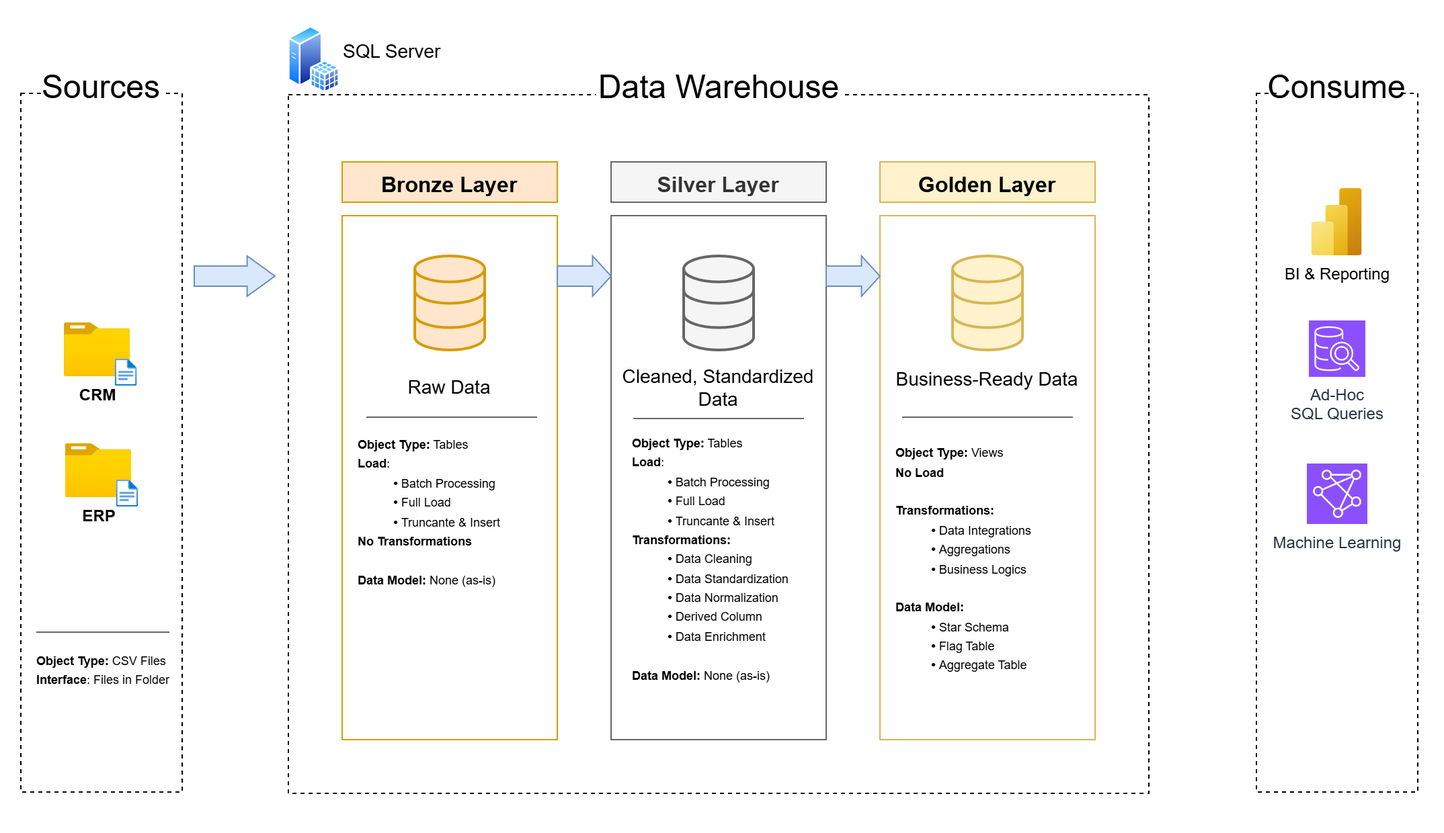
Rodrigo3441/sql-data-warehouse-project keeps this draw.io diagram as docs/data_architecture/data_architecture.png. Above is the earlier version. Source tidied: cells renumbered, new cells last; positions are measured from the earlier drawing's top-left corner, leaving out a move shared by most shapes.
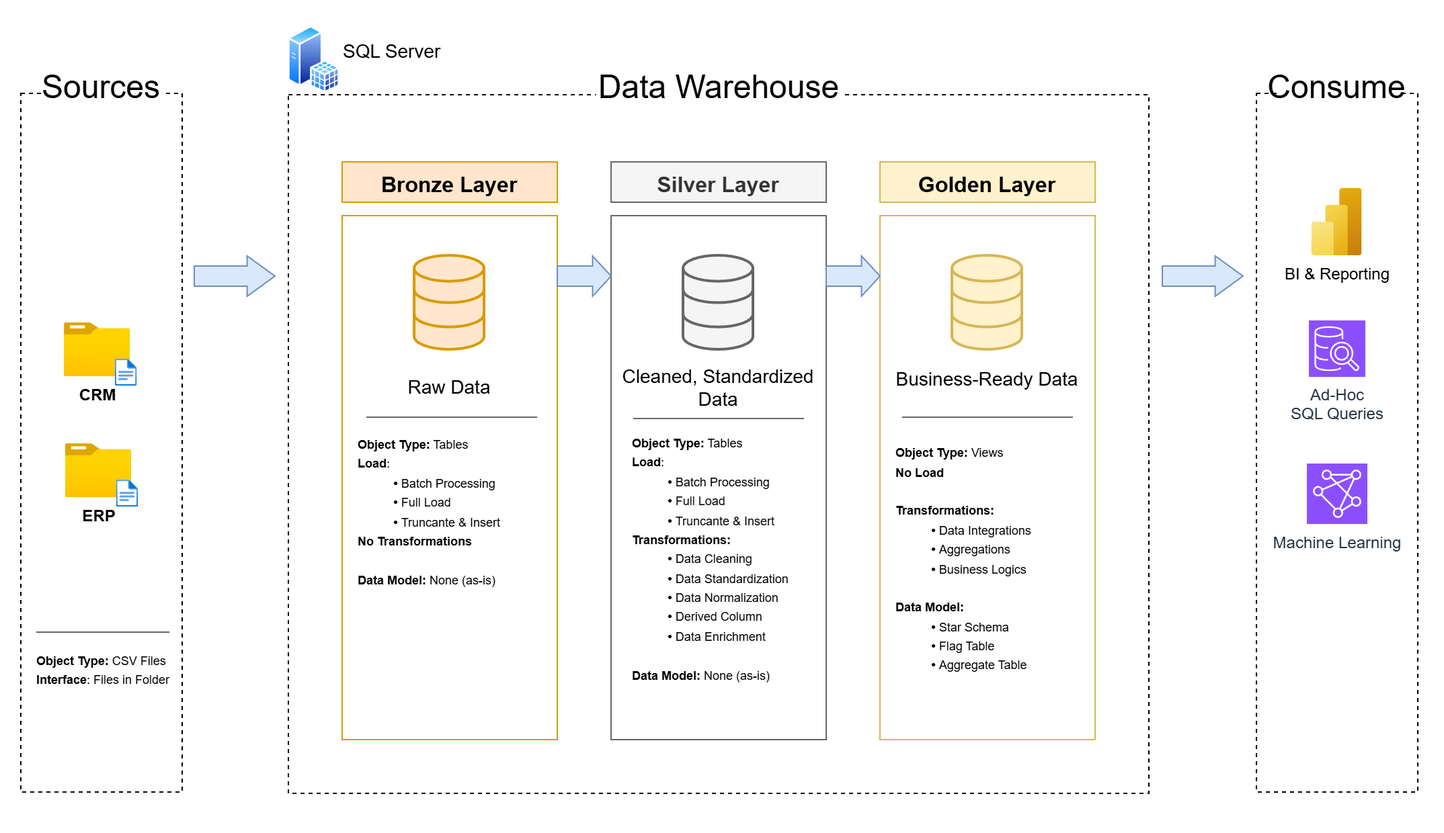
After the commit.

Commit message:
docs: update data architecture diagram and add new ETL process diagram

Diff of the diagram source:
```diff
@@ -2,7 +2,7 @@
   <root>
     <mxCell id="0" />
     <mxCell id="1" parent="0" />
-    <mxCell id="2" style="rounded=0;whiteSpace=wrap;html=1;strokeColor=none;" parent="1" vertex="1">
+    <mxCell id="2" value=" " style="rounded=0;whiteSpace=wrap;html=1;strokeColor=none;" parent="1" vertex="1">
       <mxGeometry width="1074" height="620" as="geometry" />
     </mxCell>
     <mxCell id="3" style="rounded=0;whiteSpace=wrap;html=1;fillColor=none;dashed=1;" parent="1" vertex="1">
@@ -131,5 +131,8 @@
     <mxCell id="40" value="&lt;span&gt;SQL Server&lt;/span&gt;&lt;div&gt;&lt;br&gt;&lt;/div&gt;" style="image;perimeter=ellipsePerimeter;html=1;align=left;shadow=0;dashed=0;spacingTop=3;image=img/lib/active_directory/sql_server.svg;labelPosition=right;verticalLabelPosition=middle;verticalAlign=middle;fontSize=14;fontStyle=0;" parent="1" vertex="1">
       <mxGeometry x="214" y="19" width="38.5" height="50" as="geometry" />
     </mxCell>
+    <mxCell id="41" style="shape=singleArrow;whiteSpace=wrap;html=1;fillColor=#dae8fc;strokeColor=#6c8ebf;arrowWidth=0.49999999999999434;arrowSize=0.3444444444444443;" parent="1" vertex="1">
+      <mxGeometry x="864" y="190" width="60" height="30" as="geometry" />
+    </mxCell>
   </root>
 </mxGraphModel>
```
